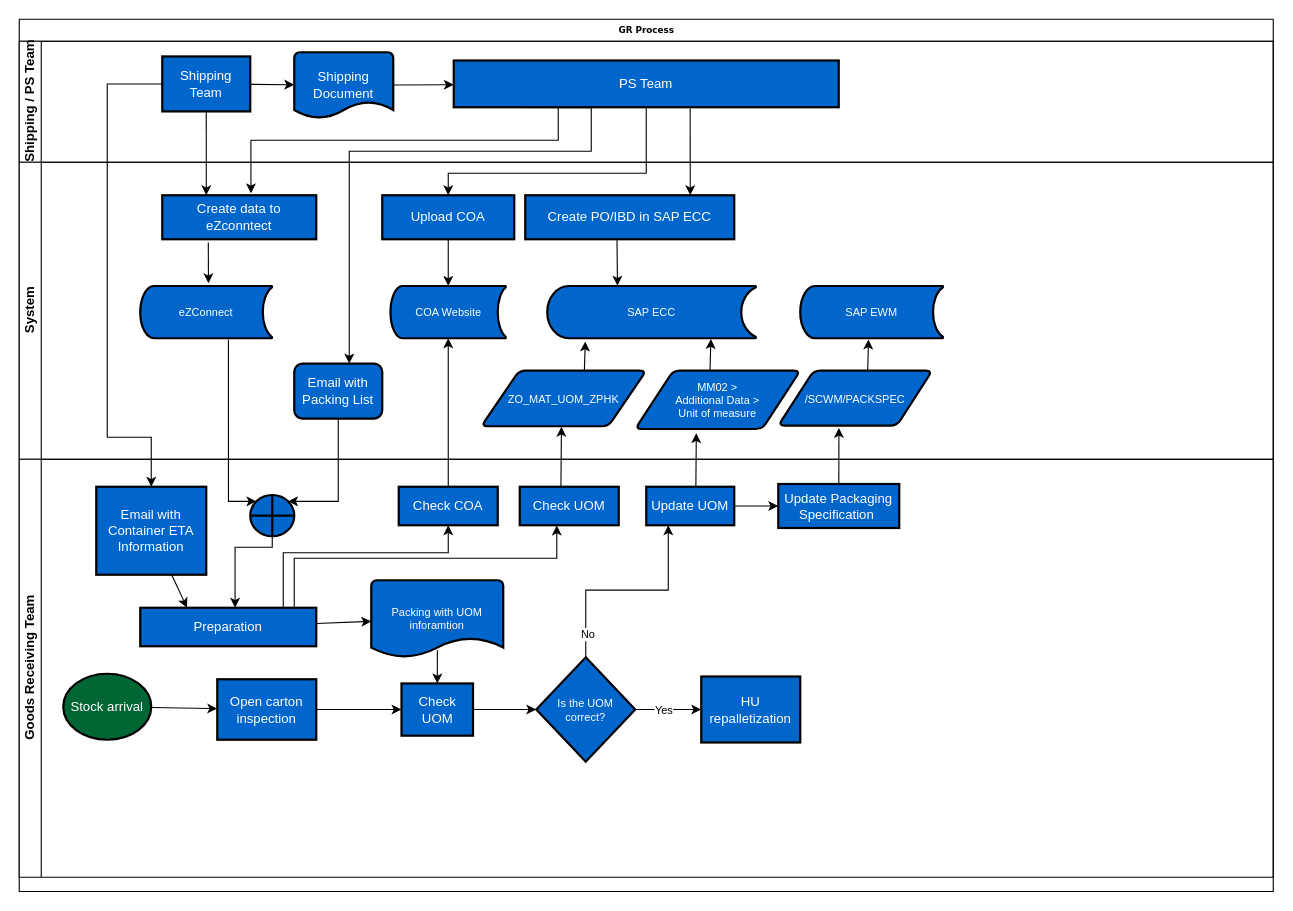
Earlier version of the draw.io diagram GR_Flowchart.drawio (chengkahohk/ZPHK_GR_workflow). Source tidied: cells renumbered, new cells numbered last; positions are measured from the earlier drawing's top-left corner, leaving out a move shared by most shapes. Both pictures are drawn from the tidied source at 110%, with x=0, y=0 at pixel (19, 19).
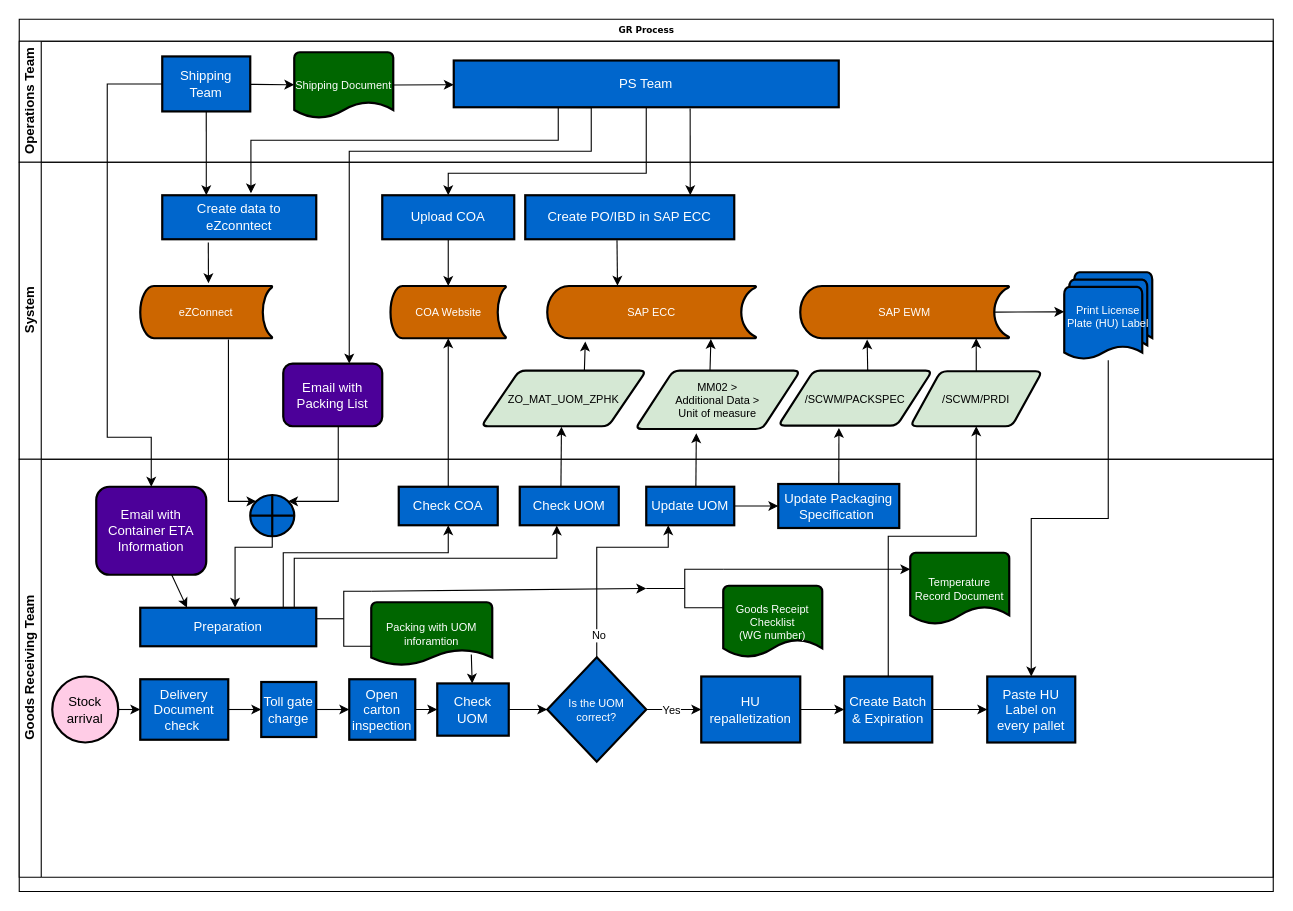
Above is the later version.

Unchanged cells that the change refers to:
```xml
<mxCell id="2" value="GR Process" style="swimlane;html=1;horizontal=1;startSize=20;rounded=0;shadow=0;labelBackgroundColor=none;strokeWidth=1;fontFamily=Verdana;fontSize=8;align=center;" parent="1" vertex="1">
  <mxGeometry width="1140" height="793" as="geometry" />
</mxCell>
<mxCell id="20" value="System" style="swimlane;html=1;startSize=20;horizontal=0;" parent="2" vertex="1">
  <mxGeometry y="130" width="1140" height="270" as="geometry" />
</mxCell>
<mxCell id="39" value="Goods Receiving Team" style="swimlane;html=1;startSize=20;horizontal=0;" parent="2" vertex="1">
  <mxGeometry y="400" width="1140" height="380" as="geometry" />
</mxCell>
<mxCell id="50" value="Preparation" style="whiteSpace=wrap;html=1;fillColor=#0066CC;fontColor=#FFFFFF;strokeWidth=2;" parent="39" vertex="1">
  <mxGeometry x="110" y="135" width="160" height="35" as="geometry" />
</mxCell>
<mxCell id="59" value="Update UOM" style="whiteSpace=wrap;html=1;fillColor=#0066CC;fontColor=#FFFFFF;strokeWidth=2;" parent="39" vertex="1">
  <mxGeometry x="570" y="25" width="80" height="35" as="geometry" />
</mxCell>
<mxCell id="62" value="HU repalletization" style="whiteSpace=wrap;html=1;fillColor=#0066CC;fontColor=#FFFFFF;strokeWidth=2;" parent="39" vertex="1">
  <mxGeometry x="620" y="197.5" width="90" height="60" as="geometry" />
</mxCell>
```

The edit, as a diff of the source:
```diff
@@
-    <mxCell id="4" value="Shipping / PS Team" style="swimlane;html=1;startSize=20;horizontal=0;" parent="2" vertex="1">
+    <mxCell id="4" value="Operations Team" style="swimlane;html=1;startSize=20;horizontal=0;" parent="2" vertex="1">
       <mxGeometry y="20" width="1140" height="110" as="geometry" />
     </mxCell>
@@
-    <mxCell id="6" value="Shipping Document" style="strokeWidth=2;html=1;shape=mxgraph.flowchart.document2;whiteSpace=wrap;size=0.25;fillColor=#0066CC;fontColor=#FFFFFF;" parent="4" vertex="1">
+    <mxCell id="6" value="Shipping Document" style="strokeWidth=2;html=1;shape=mxgraph.flowchart.document2;whiteSpace=wrap;size=0.25;fontFamily=Helvetica;fontSize=10;fontColor=#FFFFFF;fillColor=#006600;" parent="4" vertex="1">
       <mxGeometry x="250" y="10" width="90" height="60" as="geometry" />
     </mxCell>
@@
-    <mxCell id="22" value="SAP ECC" style="strokeWidth=2;html=1;shape=mxgraph.flowchart.stored_data;whiteSpace=wrap;fontFamily=Helvetica;fontSize=10;fontColor=#FFFFFF;fillColor=#0066CC;" parent="20" vertex="1">
+    <mxCell id="22" value="SAP ECC" style="strokeWidth=2;html=1;shape=mxgraph.flowchart.stored_data;whiteSpace=wrap;fontFamily=Helvetica;fontSize=10;fontColor=#FFFFFF;fillColor=#CC6600;" parent="20" vertex="1">
       <mxGeometry x="480" y="112.5" width="190" height="47.5" as="geometry" />
     </mxCell>
-    <mxCell id="23" value="COA Website" style="strokeWidth=2;html=1;shape=mxgraph.flowchart.stored_data;whiteSpace=wrap;fontFamily=Helvetica;fontSize=10;fontColor=#FFFFFF;fillColor=#0066CC;" parent="20" vertex="1">
+    <mxCell id="23" value="COA Website" style="strokeWidth=2;html=1;shape=mxgraph.flowchart.stored_data;whiteSpace=wrap;fontFamily=Helvetica;fontSize=10;fontColor=#FFFFFF;fillColor=#CC6600;" parent="20" vertex="1">
       <mxGeometry x="337.5" y="112.5" width="105" height="47.5" as="geometry" />
     </mxCell>
@@
-    <mxCell id="27" value="eZConnect" style="strokeWidth=2;html=1;shape=mxgraph.flowchart.stored_data;whiteSpace=wrap;fontFamily=Helvetica;fontSize=10;fontColor=#FFFFFF;fillColor=#0066CC;" parent="20" vertex="1">
+    <mxCell id="27" value="eZConnect" style="strokeWidth=2;html=1;shape=mxgraph.flowchart.stored_data;whiteSpace=wrap;fontFamily=Helvetica;fontSize=10;fontColor=#FFFFFF;fillColor=#CC6600;" parent="20" vertex="1">
       <mxGeometry x="110" y="112.5" width="120" height="47.5" as="geometry" />
     </mxCell>
@@
-    <mxCell id="31" value="ZO_MAT_UOM_ZPHK" style="shape=parallelogram;html=1;strokeWidth=2;perimeter=parallelogramPerimeter;whiteSpace=wrap;rounded=1;arcSize=12;size=0.23;fontFamily=Helvetica;fontSize=10;fontColor=#FFFFFF;fillColor=#0066CC;" parent="20" vertex="1">
+    <mxCell id="31" value="ZO_MAT_UOM_ZPHK" style="shape=parallelogram;html=1;strokeWidth=2;perimeter=parallelogramPerimeter;whiteSpace=wrap;rounded=1;arcSize=12;size=0.23;fontFamily=Helvetica;fontSize=10;fontColor=#000000;fillColor=#D5E8D4;" parent="20" vertex="1">
       <mxGeometry x="420" y="189.5" width="150" height="50.5" as="geometry" />
     </mxCell>
-    <mxCell id="32" value="Email with Packing List" style="whiteSpace=wrap;html=1;fillColor=#0066CC;fontColor=#FFFFFF;rounded=1;strokeWidth=2;" parent="20" vertex="1">
-      <mxGeometry x="250" y="183" width="80" height="50" as="geometry" />
+    <mxCell id="32" value="Email with Packing List" style="whiteSpace=wrap;html=1;fillColor=#4C0099;fontColor=#FFFFFF;rounded=1;strokeWidth=2;" parent="20" vertex="1">
+      <mxGeometry x="240" y="183" width="90" height="57" as="geometry" />
     </mxCell>
-    <mxCell id="33" style="edgeStyle=none;rounded=0;jettySize=auto;html=1;fontSize=9;exitX=0.581;exitY=0.002;exitDx=0;exitDy=0;exitPerimeter=0;entryX=0.477;entryY=1.025;entryDx=0;entryDy=0;entryPerimeter=0;" parent="20" edge="1" source="34" target="37">
+    <mxCell id="33" style="edgeStyle=none;rounded=0;jettySize=auto;html=1;fontSize=9;exitX=0.581;exitY=0.002;exitDx=0;exitDy=0;exitPerimeter=0;entryX=0.32;entryY=1.024;entryDx=0;entryDy=0;entryPerimeter=0;" parent="20" edge="1" source="34" target="37">
       <mxGeometry relative="1" as="geometry" />
     </mxCell>
-    <mxCell id="34" value="&lt;font style=&quot;font-size: 10px;&quot;&gt;/SCWM/PACKSPEC&lt;/font&gt;" style="shape=parallelogram;html=1;strokeWidth=2;perimeter=parallelogramPerimeter;whiteSpace=wrap;rounded=1;arcSize=12;size=0.23;fontFamily=Helvetica;fontSize=10;fontColor=#FFFFFF;fillColor=#0066CC;" parent="20" vertex="1">
+    <mxCell id="34" value="&lt;font style=&quot;font-size: 10px;&quot;&gt;/SCWM/PACKSPEC&lt;/font&gt;" style="shape=parallelogram;html=1;strokeWidth=2;perimeter=parallelogramPerimeter;whiteSpace=wrap;rounded=1;arcSize=12;size=0.23;fontFamily=Helvetica;fontSize=10;fontColor=#000000;fillColor=#D5E8D4;" parent="20" vertex="1">
       <mxGeometry x="690" y="189.5" width="140" height="50" as="geometry" />
     </mxCell>
@@
-    <mxCell id="36" value="&lt;font style=&quot;font-size: 10px;&quot;&gt;MM02 &amp;gt; &lt;br&gt;Additional Data &amp;gt; &lt;br&gt;Unit of measure&lt;/font&gt;" style="shape=parallelogram;html=1;strokeWidth=2;perimeter=parallelogramPerimeter;whiteSpace=wrap;rounded=1;arcSize=12;size=0.23;fontFamily=Helvetica;fontSize=10;fontColor=#FFFFFF;fillColor=#0066CC;" parent="20" vertex="1">
+    <mxCell id="36" value="&lt;font style=&quot;font-size: 10px;&quot;&gt;MM02 &amp;gt; &lt;br&gt;Additional Data &amp;gt; &lt;br&gt;Unit of measure&lt;/font&gt;" style="shape=parallelogram;html=1;strokeWidth=2;perimeter=parallelogramPerimeter;whiteSpace=wrap;rounded=1;arcSize=12;size=0.23;fontFamily=Helvetica;fontSize=10;fontColor=#000000;fillColor=#D5E8D4;" parent="20" vertex="1">
       <mxGeometry x="560" y="189.5" width="150" height="53" as="geometry" />
     </mxCell>
+    <mxCell id="67" style="rounded=0;jettySize=auto;html=1;fontFamily=Helvetica;fontSize=10;fontColor=#FFFFFF;exitX=0.93;exitY=0.5;exitDx=0;exitDy=0;exitPerimeter=0;" parent="20" edge="1" source="37">
+      <mxGeometry relative="1" as="geometry">
+        <mxPoint x="950" y="136" as="targetPoint" />
+      </mxGeometry>
+    </mxCell>
-    <mxCell id="37" value="SAP EWM" style="strokeWidth=2;html=1;shape=mxgraph.flowchart.stored_data;whiteSpace=wrap;fontFamily=Helvetica;fontSize=10;fontColor=#FFFFFF;fillColor=#0066CC;" parent="20" vertex="1">
-      <mxGeometry x="710" y="112.5" width="130" height="47.5" as="geometry" />
+    <mxCell id="37" value="SAP EWM" style="strokeWidth=2;html=1;shape=mxgraph.flowchart.stored_data;whiteSpace=wrap;fontFamily=Helvetica;fontSize=10;fontColor=#FFFFFF;fillColor=#CC6600;" parent="20" vertex="1">
+      <mxGeometry x="710" y="112.5" width="190" height="47.5" as="geometry" />
     </mxCell>
+    <mxCell id="68" style="edgeStyle=none;rounded=0;jettySize=auto;html=1;fontFamily=Helvetica;fontSize=10;fontColor=#FFFFFF;entryX=0.842;entryY=1;entryDx=0;entryDy=0;entryPerimeter=0;" parent="20" edge="1" target="37">
+      <mxGeometry relative="1" as="geometry">
+        <mxPoint x="870" y="190" as="sourcePoint" />
+      </mxGeometry>
+    </mxCell>
+    <mxCell id="69" value="/SCWM/PRDI" style="shape=parallelogram;html=1;strokeWidth=2;perimeter=parallelogramPerimeter;whiteSpace=wrap;rounded=1;arcSize=12;size=0.23;fontFamily=Helvetica;fontSize=10;fontColor=#000000;fillColor=#D5E8D4;" parent="20" vertex="1">
+      <mxGeometry x="810" y="190" width="120" height="50" as="geometry" />
+    </mxCell>
+    <mxCell id="70" value="Print License Plate (HU) Label" style="strokeWidth=2;html=1;shape=mxgraph.flowchart.multi-document;whiteSpace=wrap;fontFamily=Helvetica;fontSize=10;fontColor=#FFFFFF;fillColor=#0066CC;" parent="20" vertex="1">
+      <mxGeometry x="950" y="100" width="80" height="80" as="geometry" />
+    </mxCell>
@@
+    <mxCell id="71" style="edgeStyle=orthogonalEdgeStyle;rounded=0;jettySize=auto;html=1;fontFamily=Helvetica;fontSize=10;fontColor=#FFFFFF;" parent="2" edge="1" source="74" target="69">
+      <mxGeometry relative="1" as="geometry">
+        <Array as="points">
+          <mxPoint x="790" y="470" />
+          <mxPoint x="870" y="470" />
+        </Array>
+      </mxGeometry>
+    </mxCell>
@@
-    <mxCell id="40" style="edgeStyle=none;rounded=0;jettySize=auto;html=1;fontFamily=Helvetica;fontSize=10;fontColor=#FFFFFF;elbow=vertical;" parent="39" edge="1" source="41" target="52">
-      <mxGeometry relative="1" as="geometry" />
-    </mxCell>
+    <mxCell id="72" style="edgeStyle=none;rounded=0;jettySize=auto;html=1;fontFamily=Helvetica;fontSize=10;fontColor=#FFFFFF;" parent="39" edge="1" source="41" target="78">
+      <mxGeometry relative="1" as="geometry" />
+    </mxCell>
-    <mxCell id="41" value="Stock arrival" style="strokeWidth=2;html=1;shape=mxgraph.flowchart.start_2;whiteSpace=wrap;fillColor=#006633;fontColor=#FFFFFF;" parent="39" vertex="1">
-      <mxGeometry x="40" y="195" width="80" height="60" as="geometry" />
+    <mxCell id="41" value="Stock arrival" style="strokeWidth=2;html=1;shape=mxgraph.flowchart.start_2;whiteSpace=wrap;fillColor=#FFCCE6;fontColor=#000000;" parent="39" vertex="1">
+      <mxGeometry x="30" y="197.5" width="60" height="60" as="geometry" />
     </mxCell>
@@
-    <mxCell id="43" value="Email with Container ETA Information" style="whiteSpace=wrap;html=1;fillColor=#0066CC;fontColor=#FFFFFF;strokeWidth=2;" parent="39" vertex="1">
+    <mxCell id="43" value="Email with Container ETA Information" style="whiteSpace=wrap;html=1;fillColor=#4C0099;fontColor=#FFFFFF;rounded=1;strokeWidth=2;" parent="39" vertex="1">
       <mxGeometry x="70" y="25" width="100" height="80" as="geometry" />
     </mxCell>
@@
-    <mxCell id="49" style="edgeStyle=none;rounded=0;jettySize=auto;html=1;fontFamily=Helvetica;fontSize=10;fontColor=#FFFFFF;elbow=vertical;" parent="39" edge="1" source="50" target="57">
-      <mxGeometry relative="1" as="geometry" />
-    </mxCell>
@@
     <mxCell id="52" value="Open carton inspection" style="whiteSpace=wrap;html=1;fillColor=#0066CC;fontColor=#FFFFFF;strokeWidth=2;" parent="39" vertex="1">
-      <mxGeometry x="180" y="200" width="90" height="55" as="geometry" />
+      <mxGeometry x="300" y="200" width="60" height="55" as="geometry" />
     </mxCell>
@@
     <mxCell id="54" value="Check UOM" style="whiteSpace=wrap;html=1;fillColor=#0066CC;fontColor=#FFFFFF;strokeWidth=2;" parent="39" vertex="1">
-      <mxGeometry x="347.5" y="203.8" width="65" height="47.5" as="geometry" />
+      <mxGeometry x="380" y="203.8" width="65" height="47.5" as="geometry" />
     </mxCell>
@@
-    <mxCell id="56" style="edgeStyle=none;rounded=0;jettySize=auto;html=1;fontFamily=Helvetica;fontSize=10;fontColor=#FFFFFF;elbow=vertical;exitX=0.501;exitY=0.908;exitDx=0;exitDy=0;exitPerimeter=0;" parent="39" edge="1" source="57" target="54">
+    <mxCell id="56" style="edgeStyle=none;rounded=0;jettySize=auto;html=1;fontFamily=Helvetica;fontSize=10;fontColor=#FFFFFF;elbow=vertical;exitX=0.827;exitY=0.826;exitDx=0;exitDy=0;exitPerimeter=0;" parent="39" edge="1" source="57" target="54">
       <mxGeometry relative="1" as="geometry" />
     </mxCell>
-    <mxCell id="57" value="Packing with UOM inforamtion" style="strokeWidth=2;html=1;shape=mxgraph.flowchart.document2;whiteSpace=wrap;size=0.25;fontFamily=Helvetica;fontSize=10;fontColor=#FFFFFF;fillColor=#0066CC;" parent="39" vertex="1">
-      <mxGeometry x="320" y="110" width="120" height="70" as="geometry" />
+    <mxCell id="57" value="Packing with UOM inforamtion" style="strokeWidth=2;html=1;shape=mxgraph.flowchart.document2;whiteSpace=wrap;size=0.25;fontFamily=Helvetica;fontSize=10;fontColor=#FFFFFF;fillColor=#006600;" parent="39" vertex="1">
+      <mxGeometry x="320" y="130" width="110" height="57.5" as="geometry" />
     </mxCell>
     <mxCell id="58" value="Is the UOM correct?" style="strokeWidth=2;html=1;shape=mxgraph.flowchart.decision;whiteSpace=wrap;fontFamily=Helvetica;fontSize=10;fontColor=#FFFFFF;fillColor=#0066CC;" parent="39" vertex="1">
-      <mxGeometry x="470" y="180" width="90" height="95" as="geometry" />
+      <mxGeometry x="480" y="180" width="90" height="95" as="geometry" />
     </mxCell>
@@
     <mxCell id="60" style="edgeStyle=orthogonalEdgeStyle;rounded=0;jettySize=auto;html=1;fontFamily=Helvetica;fontSize=10;fontColor=#000000;elbow=vertical;" parent="39" edge="1" source="58" target="59">
       <mxGeometry relative="1" as="geometry">
         <Array as="points">
-          <mxPoint x="515" y="119" />
-          <mxPoint x="590" y="119" />
+          <mxPoint x="525" y="80" />
+          <mxPoint x="590" y="80" />
         </Array>
       </mxGeometry>
     </mxCell>
@@
+    <mxCell id="73" style="edgeStyle=orthogonalEdgeStyle;rounded=0;jettySize=auto;html=1;fontSize=9;" parent="39" edge="1" source="62" target="74">
+      <mxGeometry relative="1" as="geometry" />
+    </mxCell>
@@
+    <mxCell id="74" value="Create Batch &amp;amp; Expiration" style="whiteSpace=wrap;html=1;fillColor=#0066CC;fontColor=#FFFFFF;strokeWidth=2;" parent="39" vertex="1">
+      <mxGeometry x="750" y="197.5" width="80" height="60" as="geometry" />
+    </mxCell>
+    <mxCell id="75" style="strokeWidth=1;html=1;shape=mxgraph.flowchart.annotation_2;align=left;labelPosition=right;fontFamily=Helvetica;fontSize=10;fontColor=#FFFFFF;fillColor=#0066CC;" parent="39" vertex="1">
+      <mxGeometry x="270" y="120" width="50" height="50" as="geometry" />
+    </mxCell>
+    <mxCell id="76" value="Goods Receipt Checklist&lt;br&gt;(WG number)" style="strokeWidth=2;html=1;shape=mxgraph.flowchart.document2;whiteSpace=wrap;size=0.25;fontFamily=Helvetica;fontSize=10;fontColor=#FFFFFF;fillColor=#006600;" parent="39" vertex="1">
+      <mxGeometry x="640" y="115" width="90" height="65" as="geometry" />
+    </mxCell>
+    <mxCell id="77" style="edgeStyle=none;rounded=0;jettySize=auto;html=1;fontFamily=Helvetica;fontSize=10;fontColor=#FFFFFF;" parent="39" edge="1" source="78" target="80">
+      <mxGeometry relative="1" as="geometry" />
+    </mxCell>
+    <mxCell id="78" value="Delivery Document check&amp;nbsp;" style="whiteSpace=wrap;html=1;fillColor=#0066CC;fontColor=#FFFFFF;strokeWidth=2;" parent="39" vertex="1">
+      <mxGeometry x="110" y="200" width="80" height="55" as="geometry" />
+    </mxCell>
+    <mxCell id="79" style="edgeStyle=none;rounded=0;jettySize=auto;html=1;fontFamily=Helvetica;fontSize=10;fontColor=#FFFFFF;entryX=0;entryY=0.5;entryDx=0;entryDy=0;" parent="39" edge="1" source="80" target="52">
+      <mxGeometry relative="1" as="geometry" />
+    </mxCell>
+    <mxCell id="80" value="Toll gate charge" style="whiteSpace=wrap;html=1;fillColor=#0066CC;fontColor=#FFFFFF;strokeWidth=2;" parent="39" vertex="1">
+      <mxGeometry x="220" y="202.5" width="50" height="50" as="geometry" />
+    </mxCell>
+    <mxCell id="81" value="Paste HU Label on every pallet" style="whiteSpace=wrap;html=1;fillColor=#0066CC;fontColor=#FFFFFF;strokeWidth=2;" parent="39" vertex="1">
+      <mxGeometry x="880" y="197.5" width="80" height="60" as="geometry" />
+    </mxCell>
+    <mxCell id="82" style="edgeStyle=none;rounded=0;jettySize=auto;html=1;fontFamily=Helvetica;fontSize=10;fontColor=#FFFFFF;" parent="39" edge="1" source="74" target="81">
+      <mxGeometry relative="1" as="geometry" />
+    </mxCell>
+    <mxCell id="83" style="strokeWidth=1;html=1;shape=mxgraph.flowchart.annotation_2;align=left;labelPosition=right;fontFamily=Helvetica;fontSize=10;fontColor=#FFFFFF;fillColor=#0066CC;" parent="39" vertex="1">
+      <mxGeometry x="570" y="100" width="70" height="35" as="geometry" />
+    </mxCell>
+    <mxCell id="84" style="rounded=0;jettySize=auto;html=1;fontFamily=Helvetica;fontSize=10;fontColor=#FFFFFF;exitX=1;exitY=0;exitDx=0;exitDy=0;exitPerimeter=0;entryX=0;entryY=0.5;entryDx=0;entryDy=0;entryPerimeter=0;" parent="39" edge="1" source="75" target="83">
+      <mxGeometry relative="1" as="geometry" />
+    </mxCell>
+    <mxCell id="85" style="rounded=0;jettySize=auto;html=1;fontFamily=Helvetica;fontSize=10;fontColor=#FFFFFF;exitX=1;exitY=0;exitDx=0;exitDy=0;exitPerimeter=0;" parent="39" edge="1" source="83">
+      <mxGeometry relative="1" as="geometry">
+        <mxPoint x="810" y="100" as="targetPoint" />
+      </mxGeometry>
+    </mxCell>
+    <mxCell id="86" value="Temperature Record Document" style="strokeWidth=2;html=1;shape=mxgraph.flowchart.document2;whiteSpace=wrap;size=0.25;fontFamily=Helvetica;fontSize=10;fontColor=#FFFFFF;fillColor=#006600;" parent="39" vertex="1">
+      <mxGeometry x="810" y="85" width="90" height="65" as="geometry" />
+    </mxCell>
+    <mxCell id="87" style="edgeStyle=orthogonalEdgeStyle;rounded=0;jettySize=auto;html=1;entryX=0.5;entryY=0;entryDx=0;entryDy=0;fontFamily=Helvetica;fontSize=10;fontColor=#FFFFFF;" parent="2" edge="1" source="70" target="81">
+      <mxGeometry relative="1" as="geometry" />
+    </mxCell>
```
